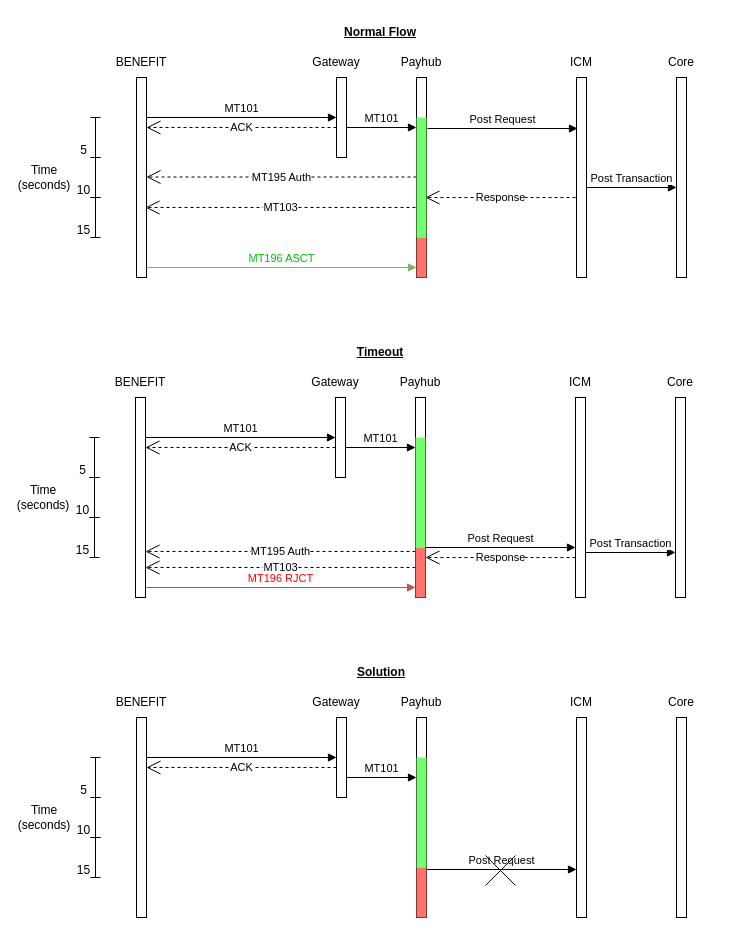
Earlier version of the draw.io diagram page "MT101-NRT" (3 of 3) of AspireMain.drawio (zakk616/avanza-UMLs). Source tidied: cells renumbered, new cells numbered last; positions are measured from the earlier drawing's top-left corner, leaving out a move shared by most shapes. Both pictures are drawn from the tidied source at 100%, with x=0, y=0 at pixel (23, 17).
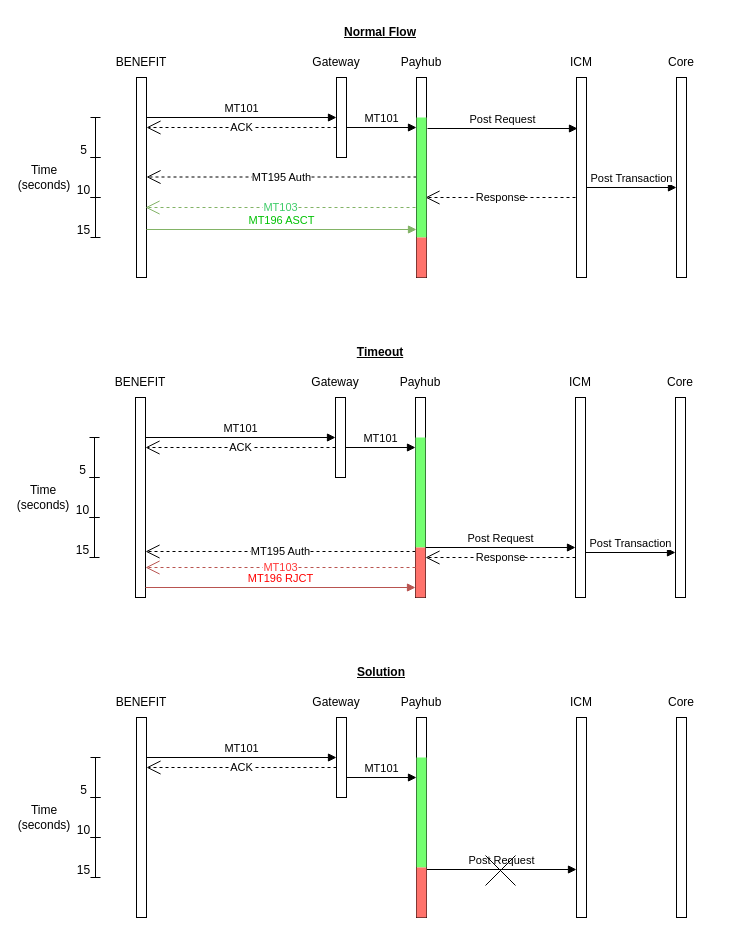
After the change.

Commit message:
updated nrt dfd

The edit, as a diff of the source:
```diff
@@
-    <mxCell id="14" value="MT103" style="endArrow=open;endSize=12;dashed=1;html=1;rounded=0;" parent="1" edge="1">
+    <mxCell id="14" value="&lt;font color=&quot;#3ecc68&quot;&gt;MT103&lt;/font&gt;" style="endArrow=open;endSize=12;dashed=1;html=1;rounded=0;fillColor=#d5e8d4;strokeColor=#82b366;" parent="1" edge="1">
       <mxGeometry relative="1" as="geometry">
         <mxPoint x="392" y="190" as="sourcePoint" />
         <mxPoint x="122" y="190" as="targetPoint" />
       </mxGeometry>
     </mxCell>
     <mxCell id="15" value="&lt;font color=&quot;#00c203&quot;&gt;MT196 ASCT&lt;/font&gt;" style="html=1;verticalAlign=bottom;endArrow=block;curved=0;rounded=0;fillColor=#d5e8d4;strokeColor=#82b366;" parent="1" edge="1">
       <mxGeometry relative="1" as="geometry">
-        <mxPoint x="123" y="250" as="sourcePoint" />
-        <mxPoint x="393" y="250" as="targetPoint" />
+        <mxPoint x="123" y="212" as="sourcePoint" />
+        <mxPoint x="393" y="212" as="targetPoint" />
       </mxGeometry>
     </mxCell>
@@
-    <mxCell id="41" value="MT103" style="endArrow=open;endSize=12;dashed=1;html=1;rounded=0;" parent="1" edge="1">
+    <mxCell id="41" value="&lt;font color=&quot;#ff3838&quot;&gt;MT103&lt;/font&gt;" style="endArrow=open;endSize=12;dashed=1;html=1;rounded=0;fillColor=#f8cecc;strokeColor=#b85450;" parent="1" edge="1">
       <mxGeometry relative="1" as="geometry">
         <mxPoint x="392" y="550" as="sourcePoint" />
         <mxPoint x="122" y="550" as="targetPoint" />
       </mxGeometry>
     </mxCell>
```
